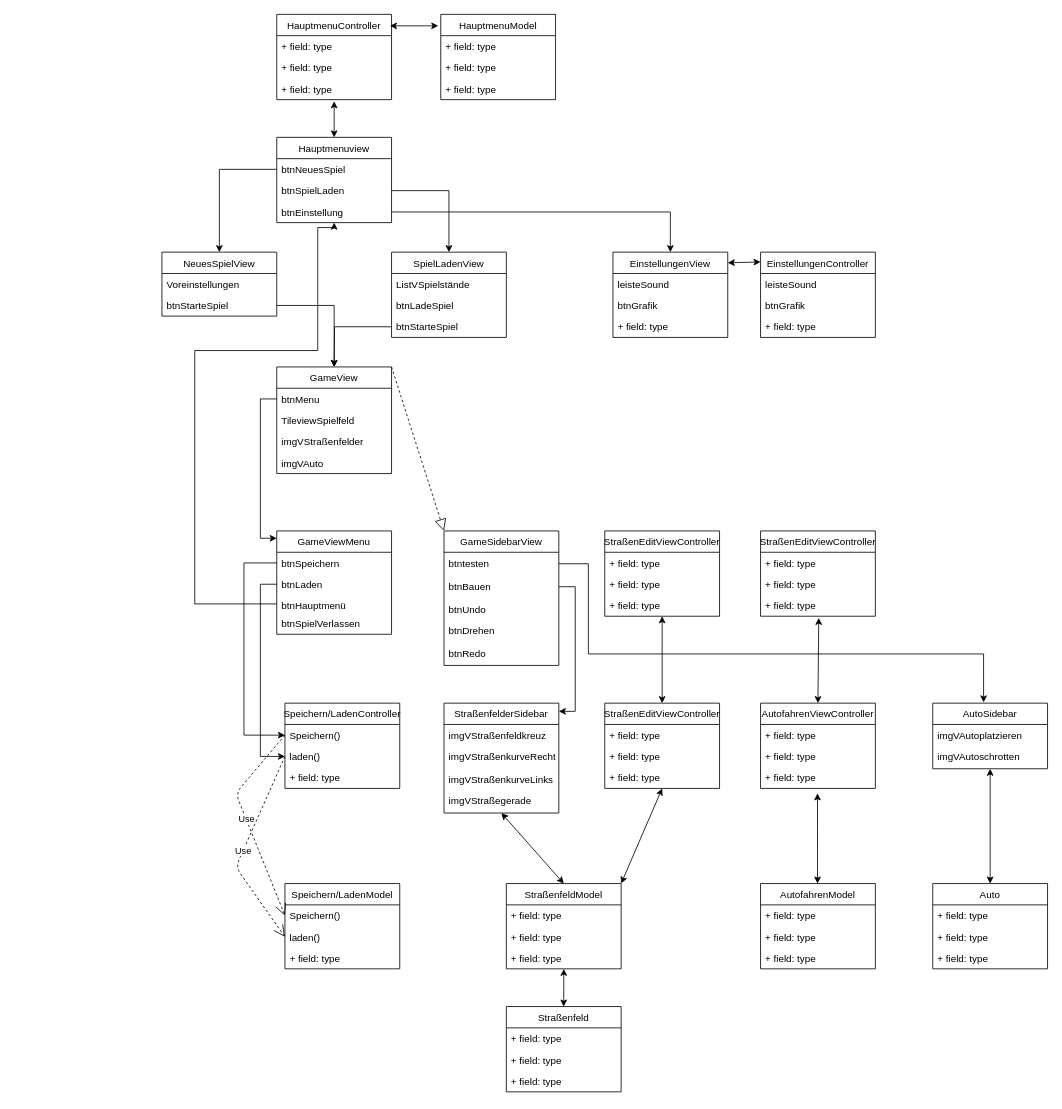
This is Untitled Diagram.drawio from fefuhr/SWT, a draw.io file, before an edit. Source tidied: cells renumbered, new cells numbered last; positions are measured from the earlier drawing's top-left corner, leaving out a move shared by most shapes. Both pictures are drawn from the tidied source at 82%, with x=0, y=0 at pixel (162, 14).
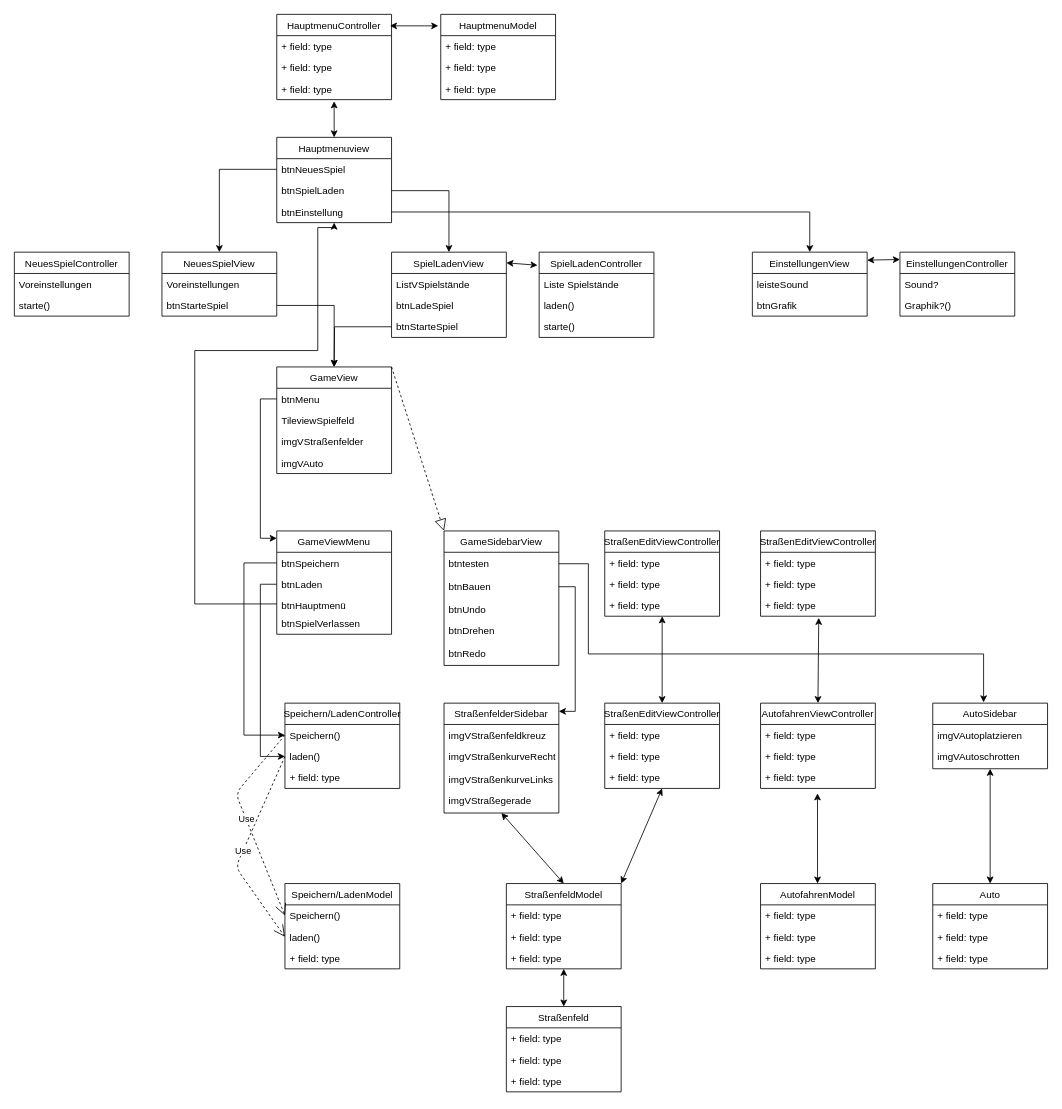
Above is the later version.

Unchanged cells that the change refers to:
```xml
<mxCell id="16" value="SpielLadenView" style="swimlane;fontStyle=0;horizontal=1;startSize=26;fillColor=none;" parent="1" vertex="1">
  <mxGeometry x="280" y="290" width="140" height="104" as="geometry" />
</mxCell>
```

Diff of the diagram source:
```diff
@@
-    <mxCell id="12" value="EinstellungenView" style="swimlane;fontStyle=0;horizontal=1;startSize=26;fillColor=none;" parent="1" vertex="1">
-      <mxGeometry x="550" y="290" width="140" height="104" as="geometry" />
-    </mxCell>
-    <mxCell id="13" value="leisteSound" style="text;strokeColor=none;fillColor=none;align=left;verticalAlign=top;spacingLeft=4;spacingRight=4;overflow=hidden;" parent="12" vertex="1">
-      <mxGeometry y="26" width="140" height="26" as="geometry" />
-    </mxCell>
-    <mxCell id="14" value="btnGrafik" style="text;strokeColor=none;fillColor=none;align=left;verticalAlign=top;spacingLeft=4;spacingRight=4;overflow=hidden;" parent="12" vertex="1">
-      <mxGeometry y="52" width="140" height="26" as="geometry" />
-    </mxCell>
-    <mxCell id="15" value="+ field: type" style="text;strokeColor=none;fillColor=none;align=left;verticalAlign=top;spacingLeft=4;spacingRight=4;overflow=hidden;" parent="12" vertex="1">
-      <mxGeometry y="78" width="140" height="26" as="geometry" />
-    </mxCell>
@@
+    <mxCell id="12" value="EinstellungenView" style="swimlane;fontStyle=0;horizontal=1;startSize=26;fillColor=none;" parent="1" vertex="1">
+      <mxGeometry x="720" y="290" width="140" height="78" as="geometry" />
+    </mxCell>
+    <mxCell id="13" value="leisteSound" style="text;strokeColor=none;fillColor=none;align=left;verticalAlign=top;spacingLeft=4;spacingRight=4;overflow=hidden;" parent="12" vertex="1">
+      <mxGeometry y="26" width="140" height="26" as="geometry" />
+    </mxCell>
+    <mxCell id="14" value="btnGrafik" style="text;strokeColor=none;fillColor=none;align=left;verticalAlign=top;spacingLeft=4;spacingRight=4;overflow=hidden;" parent="12" vertex="1">
+      <mxGeometry y="52" width="140" height="26" as="geometry" />
+    </mxCell>
     <mxCell id="32" value="EinstellungenController" style="swimlane;fontStyle=0;horizontal=1;startSize=26;fillColor=none;" parent="1" vertex="1">
-      <mxGeometry x="730" y="290" width="140" height="104" as="geometry" />
+      <mxGeometry x="900" y="290" width="140" height="78" as="geometry" />
     </mxCell>
-    <mxCell id="33" value="leisteSound" style="text;strokeColor=none;fillColor=none;align=left;verticalAlign=top;spacingLeft=4;spacingRight=4;overflow=hidden;" parent="32" vertex="1">
+    <mxCell id="33" value="Sound?" style="text;strokeColor=none;fillColor=none;align=left;verticalAlign=top;spacingLeft=4;spacingRight=4;overflow=hidden;" parent="32" vertex="1">
       <mxGeometry y="26" width="140" height="26" as="geometry" />
     </mxCell>
-    <mxCell id="34" value="btnGrafik" style="text;strokeColor=none;fillColor=none;align=left;verticalAlign=top;spacingLeft=4;spacingRight=4;overflow=hidden;" parent="32" vertex="1">
+    <mxCell id="34" value="Graphik?()" style="text;strokeColor=none;fillColor=none;align=left;verticalAlign=top;spacingLeft=4;spacingRight=4;overflow=hidden;" parent="32" vertex="1">
       <mxGeometry y="52" width="140" height="26" as="geometry" />
     </mxCell>
-    <mxCell id="35" value="+ field: type" style="text;strokeColor=none;fillColor=none;align=left;verticalAlign=top;spacingLeft=4;spacingRight=4;overflow=hidden;" parent="32" vertex="1">
-      <mxGeometry y="78" width="140" height="26" as="geometry" />
-    </mxCell>
+    <mxCell id="117" value="SpielLadenController" style="swimlane;fontStyle=0;horizontal=1;startSize=26;fillColor=none;" parent="1" vertex="1">
+      <mxGeometry x="460" y="290" width="140" height="104" as="geometry" />
+    </mxCell>
+    <mxCell id="118" value="Liste Spielstände" style="text;strokeColor=none;fillColor=none;align=left;verticalAlign=top;spacingLeft=4;spacingRight=4;overflow=hidden;" parent="117" vertex="1">
+      <mxGeometry y="26" width="140" height="26" as="geometry" />
+    </mxCell>
+    <mxCell id="119" value="laden()" style="text;strokeColor=none;fillColor=none;align=left;verticalAlign=top;spacingLeft=4;spacingRight=4;overflow=hidden;" parent="117" vertex="1">
+      <mxGeometry y="52" width="140" height="26" as="geometry" />
+    </mxCell>
+    <mxCell id="120" value="starte()" style="text;strokeColor=none;fillColor=none;align=left;verticalAlign=top;spacingLeft=4;spacingRight=4;overflow=hidden;" parent="117" vertex="1">
+      <mxGeometry y="78" width="140" height="26" as="geometry" />
+    </mxCell>
+    <mxCell id="121" value="NeuesSpielController" style="swimlane;fontStyle=0;horizontal=1;startSize=26;fillColor=none;" parent="1" vertex="1">
+      <mxGeometry x="-180" y="290" width="140" height="78" as="geometry" />
+    </mxCell>
+    <mxCell id="122" value="Voreinstellungen" style="text;strokeColor=none;fillColor=none;align=left;verticalAlign=top;spacingLeft=4;spacingRight=4;overflow=hidden;" parent="121" vertex="1">
+      <mxGeometry y="26" width="140" height="26" as="geometry" />
+    </mxCell>
+    <mxCell id="123" value="starte()" style="text;strokeColor=none;fillColor=none;align=left;verticalAlign=top;spacingLeft=4;spacingRight=4;overflow=hidden;" parent="121" vertex="1">
+      <mxGeometry y="52" width="140" height="26" as="geometry" />
+    </mxCell>
@@
+    <mxCell id="124" style="endArrow=classic;startArrow=classic;html=1;entryX=1;entryY=0.125;entryDx=0;entryDy=0;entryPerimeter=0;exitX=-0.014;exitY=0.154;exitDx=0;exitDy=0;exitPerimeter=0;" parent="1" edge="1" source="117" target="16">
+      <mxGeometry relative="1" as="geometry" />
+    </mxCell>
```
